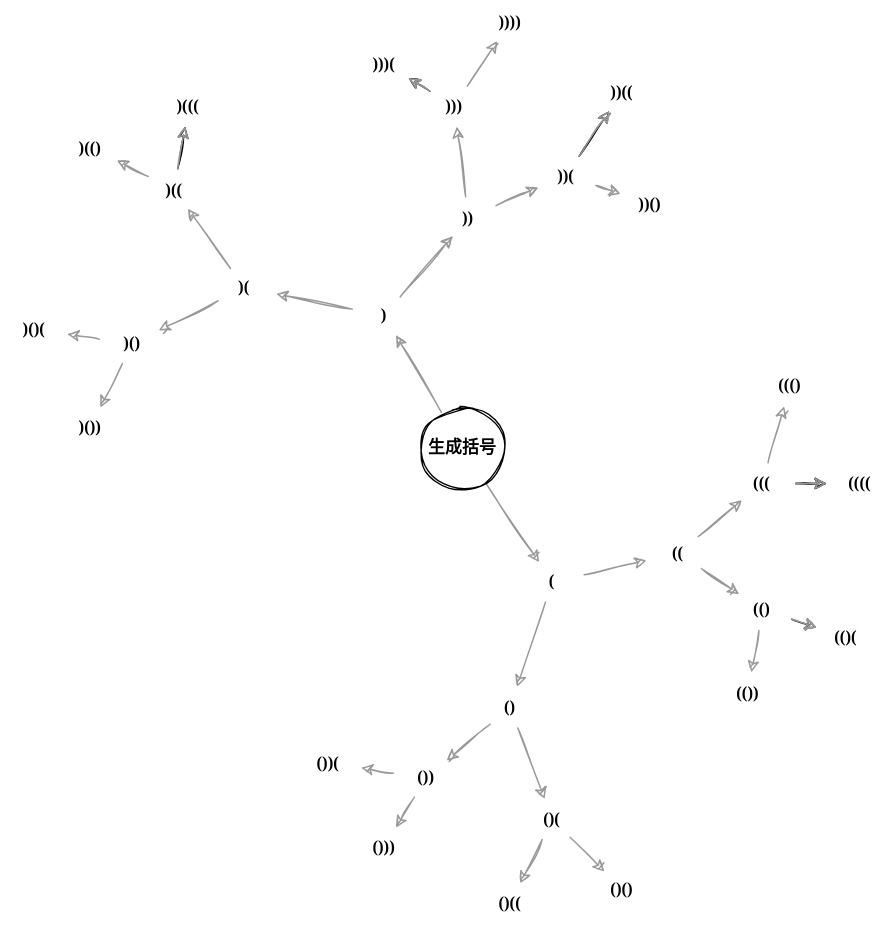
Above: Arithmetic/括号生成.drawio.svg in Jie6/draw.io_store_open (draw.io), before the change. Source tidied: cells renumbered, new cells last; positions are measured from the earlier drawing's top-left corner, leaving out a move shared by most shapes. The source it was exported from:
```xml
<mxGraphModel>
  <root>
    <mxCell id="0" />
    <mxCell id="1" parent="0" />
    <mxCell id="2" style="rounded=0;jettySize=auto;html=1;sketch=1;noEdgeStyle=1;fontFamily=Lucida Console;fontStyle=1;labelBackgroundColor=none;strokeColor=#999999;shadow=0;" parent="1" edge="1" source="4" target="7">
      <mxGeometry relative="1" as="geometry" />
    </mxCell>
    <mxCell id="3" style="rounded=0;jettySize=auto;html=1;sketch=1;noEdgeStyle=1;fontFamily=Lucida Console;fontStyle=1;labelBackgroundColor=none;strokeColor=#999999;shadow=0;" parent="1" edge="1" source="4" target="10">
      <mxGeometry relative="1" as="geometry" />
    </mxCell>
    <mxCell id="4" value="生成括号" style="ellipse;whiteSpace=wrap;html=1;sketch=1;fontFamily=Lucida Console;fontStyle=1;labelBackgroundColor=none;" parent="1" vertex="1">
      <mxGeometry x="300" y="290" width="60" height="60" as="geometry" />
    </mxCell>
    <mxCell id="5" style="rounded=0;jettySize=auto;html=1;sketch=1;noEdgeStyle=1;fontFamily=Lucida Console;fontStyle=1;labelBackgroundColor=none;strokeColor=#999999;shadow=0;" parent="1" edge="1" source="7" target="13">
      <mxGeometry relative="1" as="geometry" />
    </mxCell>
    <mxCell id="6" style="rounded=0;jettySize=auto;html=1;sketch=1;noEdgeStyle=1;fontFamily=Lucida Console;fontStyle=1;labelBackgroundColor=none;strokeColor=#999999;shadow=0;" parent="1" edge="1" source="7" target="16">
      <mxGeometry relative="1" as="geometry" />
    </mxCell>
    <mxCell id="7" value="(" style="ellipse;whiteSpace=wrap;html=1;fillColor=none;strokeColor=none;sketch=1;fontFamily=Lucida Console;fontStyle=1;labelBackgroundColor=none;" parent="1" vertex="1">
      <mxGeometry x="370" y="400" width="48" height="30" as="geometry" />
    </mxCell>
    <mxCell id="8" style="rounded=0;jettySize=auto;html=1;sketch=1;noEdgeStyle=1;fontFamily=Lucida Console;fontStyle=1;labelBackgroundColor=none;strokeColor=#999999;shadow=0;" parent="1" edge="1" source="10" target="19">
      <mxGeometry relative="1" as="geometry" />
    </mxCell>
    <mxCell id="9" style="rounded=0;jettySize=auto;html=1;sketch=1;noEdgeStyle=1;fontFamily=Lucida Console;fontStyle=1;labelBackgroundColor=none;strokeColor=#999999;shadow=0;" parent="1" edge="1" source="10" target="22">
      <mxGeometry relative="1" as="geometry" />
    </mxCell>
    <mxCell id="10" value=")" style="ellipse;whiteSpace=wrap;html=1;fillColor=none;strokeColor=none;sketch=1;fontFamily=Lucida Console;fontStyle=1;labelBackgroundColor=none;" parent="1" vertex="1">
      <mxGeometry x="250" y="210" width="48" height="30" as="geometry" />
    </mxCell>
    <mxCell id="11" style="edgeStyle=none;rounded=0;sketch=1;jettySize=auto;html=1;fontFamily=Lucida Console;fontSize=11;fontColor=default;noEdgeStyle=1;fontStyle=1;labelBackgroundColor=none;strokeColor=#999999;shadow=0;" parent="1" edge="1" source="13" target="27">
      <mxGeometry relative="1" as="geometry" />
    </mxCell>
    <mxCell id="12" style="edgeStyle=none;rounded=0;sketch=1;jettySize=auto;html=1;fontFamily=Lucida Console;fontSize=11;fontColor=default;noEdgeStyle=1;fontStyle=1;labelBackgroundColor=none;strokeColor=#999999;shadow=0;" parent="1" edge="1" source="13" target="31">
      <mxGeometry relative="1" as="geometry" />
    </mxCell>
    <mxCell id="13" value="((" style="ellipse;whiteSpace=wrap;html=1;fillColor=none;strokeColor=none;sketch=1;fontFamily=Lucida Console;fontStyle=1;labelBackgroundColor=none;" parent="1" vertex="1">
      <mxGeometry x="460" y="380" width="48" height="30" as="geometry" />
    </mxCell>
    <mxCell id="14" style="edgeStyle=none;rounded=0;sketch=1;jettySize=auto;html=1;fontFamily=Lucida Console;fontSize=11;fontColor=default;noEdgeStyle=1;fontStyle=1;labelBackgroundColor=none;strokeColor=#999999;shadow=0;" parent="1" edge="1" source="16" target="34">
      <mxGeometry relative="1" as="geometry" />
    </mxCell>
    <mxCell id="15" style="edgeStyle=none;rounded=0;sketch=1;jettySize=auto;html=1;fontFamily=Lucida Console;fontSize=11;fontColor=default;noEdgeStyle=1;fontStyle=1;labelBackgroundColor=none;strokeColor=#999999;shadow=0;" parent="1" edge="1" source="16" target="37">
      <mxGeometry relative="1" as="geometry" />
    </mxCell>
    <mxCell id="16" value="()" style="ellipse;whiteSpace=wrap;html=1;fillColor=none;strokeColor=none;sketch=1;fontFamily=Lucida Console;fontStyle=1;labelBackgroundColor=none;" parent="1" vertex="1">
      <mxGeometry x="340" y="490" width="48" height="30" as="geometry" />
    </mxCell>
    <mxCell id="17" style="edgeStyle=none;rounded=0;sketch=1;jettySize=auto;html=1;fontFamily=Lucida Console;fontSize=11;fontColor=default;noEdgeStyle=1;fontStyle=1;labelBackgroundColor=none;strokeColor=#999999;shadow=0;" parent="1" edge="1" source="19" target="41">
      <mxGeometry relative="1" as="geometry" />
    </mxCell>
    <mxCell id="18" style="edgeStyle=none;rounded=0;sketch=1;jettySize=auto;html=1;fontFamily=Lucida Console;fontSize=11;fontColor=default;noEdgeStyle=1;fontStyle=1;labelBackgroundColor=none;strokeColor=#999999;shadow=0;" parent="1" edge="1" source="19" target="44">
      <mxGeometry relative="1" as="geometry" />
    </mxCell>
    <mxCell id="19" value=")(" style="ellipse;whiteSpace=wrap;html=1;fillColor=none;strokeColor=none;sketch=1;fontFamily=Lucida Console;fontStyle=1;labelBackgroundColor=none;" parent="1" vertex="1">
      <mxGeometry x="150" y="190" width="48" height="30" as="geometry" />
    </mxCell>
    <mxCell id="20" style="edgeStyle=none;rounded=0;sketch=1;jettySize=auto;html=1;fontFamily=Lucida Console;fontSize=11;fontColor=default;noEdgeStyle=1;fontStyle=1;labelBackgroundColor=none;strokeColor=#999999;shadow=0;" parent="1" edge="1" source="22" target="48">
      <mxGeometry relative="1" as="geometry" />
    </mxCell>
    <mxCell id="21" style="edgeStyle=none;rounded=0;sketch=1;jettySize=auto;html=1;fontFamily=Lucida Console;fontSize=11;fontColor=default;noEdgeStyle=1;fontStyle=1;labelBackgroundColor=none;strokeColor=#999999;shadow=0;" parent="1" edge="1" source="22" target="52">
      <mxGeometry relative="1" as="geometry" />
    </mxCell>
    <mxCell id="22" value="))" style="ellipse;whiteSpace=wrap;html=1;fillColor=none;strokeColor=none;sketch=1;fontFamily=Lucida Console;fontStyle=1;labelBackgroundColor=none;" parent="1" vertex="1">
      <mxGeometry x="310" y="140" width="48" height="30" as="geometry" />
    </mxCell>
    <mxCell id="23" style="edgeStyle=none;rounded=0;sketch=1;jettySize=auto;html=1;fontFamily=Lucida Console;fontSize=12;fontColor=default;noEdgeStyle=1;fontStyle=1;labelBackgroundColor=none;" parent="1" edge="1" source="27" target="53">
      <mxGeometry relative="1" as="geometry" />
    </mxCell>
    <mxCell id="24" style="edgeStyle=none;rounded=0;sketch=1;jettySize=auto;html=1;fontFamily=Lucida Console;fontSize=12;fontColor=default;noEdgeStyle=1;fontStyle=1;labelBackgroundColor=none;" parent="1" edge="1" source="27" target="53">
      <mxGeometry relative="1" as="geometry" />
    </mxCell>
    <mxCell id="25" style="edgeStyle=none;rounded=0;sketch=1;jettySize=auto;html=1;fontFamily=Lucida Console;fontSize=11;fontColor=default;noEdgeStyle=1;fontStyle=1;labelBackgroundColor=none;strokeColor=#999999;shadow=0;" parent="1" edge="1" source="27" target="53">
      <mxGeometry relative="1" as="geometry" />
    </mxCell>
    <mxCell id="26" style="edgeStyle=none;rounded=0;sketch=1;jettySize=auto;html=1;fontFamily=Lucida Console;fontSize=11;fontColor=default;noEdgeStyle=1;fontStyle=1;labelBackgroundColor=none;strokeColor=#999999;shadow=0;" parent="1" edge="1" source="27" target="54">
      <mxGeometry relative="1" as="geometry" />
    </mxCell>
    <mxCell id="27" value="(((" style="ellipse;whiteSpace=wrap;html=1;fillColor=none;strokeColor=none;sketch=1;fontSize=12;fontFamily=Lucida Console;fontColor=default;fontStyle=1;labelBackgroundColor=none;" parent="1" vertex="1">
      <mxGeometry x="520" y="330" width="48" height="30" as="geometry" />
    </mxCell>
    <mxCell id="28" style="edgeStyle=none;rounded=0;sketch=1;jettySize=auto;html=1;fontFamily=Lucida Console;fontSize=12;fontColor=default;noEdgeStyle=1;fontStyle=1;labelBackgroundColor=none;" parent="1" edge="1" source="31" target="55">
      <mxGeometry relative="1" as="geometry" />
    </mxCell>
    <mxCell id="29" style="edgeStyle=none;rounded=0;sketch=1;jettySize=auto;html=1;fontFamily=Lucida Console;fontSize=11;fontColor=default;noEdgeStyle=1;fontStyle=1;labelBackgroundColor=none;strokeColor=#999999;shadow=0;" parent="1" edge="1" source="31" target="55">
      <mxGeometry relative="1" as="geometry" />
    </mxCell>
    <mxCell id="30" style="edgeStyle=none;rounded=0;sketch=1;jettySize=auto;html=1;fontFamily=Lucida Console;fontSize=11;fontColor=default;noEdgeStyle=1;fontStyle=1;labelBackgroundColor=none;strokeColor=#999999;shadow=0;" parent="1" edge="1" source="31" target="56">
      <mxGeometry relative="1" as="geometry" />
    </mxCell>
    <mxCell id="31" value="(()" style="ellipse;whiteSpace=wrap;html=1;fillColor=none;strokeColor=none;sketch=1;fontSize=12;fontFamily=Lucida Console;fontColor=default;fontStyle=1;labelBackgroundColor=none;" parent="1" vertex="1">
      <mxGeometry x="520" y="420" width="48" height="30" as="geometry" />
    </mxCell>
    <mxCell id="32" style="edgeStyle=none;rounded=0;sketch=1;jettySize=auto;html=1;fontFamily=Lucida Console;fontSize=11;fontColor=default;noEdgeStyle=1;fontStyle=1;labelBackgroundColor=none;strokeColor=#999999;shadow=0;" parent="1" edge="1" source="34" target="57">
      <mxGeometry relative="1" as="geometry" />
    </mxCell>
    <mxCell id="33" style="edgeStyle=none;rounded=0;sketch=1;jettySize=auto;html=1;fontFamily=Lucida Console;fontSize=11;fontColor=default;noEdgeStyle=1;fontStyle=1;labelBackgroundColor=none;strokeColor=#999999;shadow=0;" parent="1" edge="1" source="34" target="58">
      <mxGeometry relative="1" as="geometry" />
    </mxCell>
    <mxCell id="34" value="()(" style="ellipse;whiteSpace=wrap;html=1;fillColor=none;strokeColor=none;sketch=1;fontFamily=Lucida Console;fontSize=12;fontColor=default;fontStyle=1;labelBackgroundColor=none;" parent="1" vertex="1">
      <mxGeometry x="370" y="570" width="48" height="30" as="geometry" />
    </mxCell>
    <mxCell id="35" style="edgeStyle=none;rounded=0;sketch=1;jettySize=auto;html=1;fontFamily=Lucida Console;fontSize=11;fontColor=default;noEdgeStyle=1;fontStyle=1;labelBackgroundColor=none;strokeColor=#999999;shadow=0;" parent="1" edge="1" source="37" target="59">
      <mxGeometry relative="1" as="geometry" />
    </mxCell>
    <mxCell id="36" style="edgeStyle=none;rounded=0;sketch=1;jettySize=auto;html=1;fontFamily=Lucida Console;fontSize=11;fontColor=default;noEdgeStyle=1;fontStyle=1;labelBackgroundColor=none;strokeColor=#999999;shadow=0;" parent="1" edge="1" source="37" target="60">
      <mxGeometry relative="1" as="geometry" />
    </mxCell>
    <mxCell id="37" value="())" style="ellipse;whiteSpace=wrap;html=1;fillColor=none;strokeColor=none;sketch=1;fontSize=12;fontFamily=Lucida Console;fontColor=default;fontStyle=1;labelBackgroundColor=none;" parent="1" vertex="1">
      <mxGeometry x="280" y="540" width="48" height="30" as="geometry" />
    </mxCell>
    <mxCell id="38" style="edgeStyle=none;rounded=0;sketch=1;jettySize=auto;html=1;fontFamily=Lucida Console;fontSize=12;fontColor=default;noEdgeStyle=1;fontStyle=1;labelBackgroundColor=none;" parent="1" edge="1" source="41" target="61">
      <mxGeometry relative="1" as="geometry" />
    </mxCell>
    <mxCell id="39" style="edgeStyle=none;rounded=0;sketch=1;jettySize=auto;html=1;fontFamily=Lucida Console;fontSize=11;fontColor=default;noEdgeStyle=1;fontStyle=1;labelBackgroundColor=none;strokeColor=#999999;shadow=0;" parent="1" edge="1" source="41" target="61">
      <mxGeometry relative="1" as="geometry" />
    </mxCell>
    <mxCell id="40" style="edgeStyle=none;rounded=0;sketch=1;jettySize=auto;html=1;fontFamily=Lucida Console;fontSize=11;fontColor=default;noEdgeStyle=1;fontStyle=1;labelBackgroundColor=none;strokeColor=#999999;shadow=0;" parent="1" edge="1" source="41" target="62">
      <mxGeometry relative="1" as="geometry" />
    </mxCell>
    <mxCell id="41" value=")((" style="ellipse;whiteSpace=wrap;html=1;fillColor=none;strokeColor=none;sketch=1;fontSize=12;fontFamily=Lucida Console;fontColor=default;fontStyle=1;labelBackgroundColor=none;" parent="1" vertex="1">
      <mxGeometry x="100" y="120" width="48" height="30" as="geometry" />
    </mxCell>
    <mxCell id="42" style="edgeStyle=none;rounded=0;sketch=1;jettySize=auto;html=1;fontFamily=Lucida Console;fontSize=11;fontColor=default;noEdgeStyle=1;fontStyle=1;labelBackgroundColor=none;strokeColor=#999999;shadow=0;" parent="1" edge="1" source="44" target="63">
      <mxGeometry relative="1" as="geometry" />
    </mxCell>
    <mxCell id="43" style="edgeStyle=none;rounded=0;sketch=1;jettySize=auto;html=1;fontFamily=Lucida Console;fontSize=11;fontColor=default;noEdgeStyle=1;fontStyle=1;labelBackgroundColor=none;strokeColor=#999999;shadow=0;" parent="1" edge="1" source="44" target="64">
      <mxGeometry relative="1" as="geometry" />
    </mxCell>
    <mxCell id="44" value=")()" style="ellipse;whiteSpace=wrap;html=1;fillColor=none;strokeColor=none;sketch=1;fontFamily=Lucida Console;fontStyle=1;labelBackgroundColor=none;" parent="1" vertex="1">
      <mxGeometry x="70" y="230" width="48" height="30" as="geometry" />
    </mxCell>
    <mxCell id="45" style="edgeStyle=none;rounded=0;sketch=1;jettySize=auto;html=1;fontFamily=Lucida Console;fontSize=12;fontColor=default;noEdgeStyle=1;fontStyle=1;labelBackgroundColor=none;" parent="1" edge="1" source="48" target="65">
      <mxGeometry relative="1" as="geometry" />
    </mxCell>
    <mxCell id="46" style="edgeStyle=none;rounded=0;sketch=1;jettySize=auto;html=1;fontFamily=Lucida Console;fontSize=11;fontColor=default;noEdgeStyle=1;fontStyle=1;labelBackgroundColor=none;strokeColor=#999999;shadow=0;" parent="1" edge="1" source="48" target="65">
      <mxGeometry relative="1" as="geometry" />
    </mxCell>
    <mxCell id="47" style="edgeStyle=none;rounded=0;sketch=1;jettySize=auto;html=1;fontFamily=Lucida Console;fontSize=11;fontColor=default;noEdgeStyle=1;fontStyle=1;labelBackgroundColor=none;strokeColor=#999999;shadow=0;" parent="1" edge="1" source="48" target="66">
      <mxGeometry relative="1" as="geometry" />
    </mxCell>
    <mxCell id="48" value="))(" style="ellipse;whiteSpace=wrap;html=1;fillColor=none;strokeColor=none;sketch=1;fontFamily=Lucida Console;fontStyle=1;labelBackgroundColor=none;" parent="1" vertex="1">
      <mxGeometry x="380" y="110" width="48" height="30" as="geometry" />
    </mxCell>
    <mxCell id="49" style="edgeStyle=none;rounded=0;sketch=1;jettySize=auto;html=1;fontFamily=Lucida Console;fontSize=12;fontColor=default;noEdgeStyle=1;fontStyle=1;labelBackgroundColor=none;" parent="1" edge="1" source="52" target="67">
      <mxGeometry relative="1" as="geometry" />
    </mxCell>
    <mxCell id="50" style="edgeStyle=none;rounded=0;sketch=1;jettySize=auto;html=1;fontFamily=Lucida Console;fontSize=11;fontColor=default;noEdgeStyle=1;fontStyle=1;labelBackgroundColor=none;strokeColor=#999999;shadow=0;" parent="1" edge="1" source="52" target="67">
      <mxGeometry relative="1" as="geometry" />
    </mxCell>
    <mxCell id="51" style="edgeStyle=none;rounded=0;sketch=1;jettySize=auto;html=1;fontFamily=Lucida Console;fontSize=11;fontColor=default;noEdgeStyle=1;fontStyle=1;labelBackgroundColor=none;strokeColor=#999999;shadow=0;" parent="1" edge="1" source="52" target="68">
      <mxGeometry relative="1" as="geometry" />
    </mxCell>
    <mxCell id="52" value=")))" style="ellipse;whiteSpace=wrap;html=1;fillColor=none;strokeColor=none;sketch=1;fontFamily=Lucida Console;fontStyle=1;labelBackgroundColor=none;" parent="1" vertex="1">
      <mxGeometry x="300" y="60" width="48" height="30" as="geometry" />
    </mxCell>
    <mxCell id="53" value="((((" style="ellipse;whiteSpace=wrap;html=1;fillColor=none;strokeColor=none;sketch=1;fontSize=12;fontFamily=Lucida Console;fontColor=default;fontStyle=1;labelBackgroundColor=none;" parent="1" vertex="1">
      <mxGeometry x="590" y="330" width="48" height="30" as="geometry" />
    </mxCell>
    <mxCell id="54" value="((()" style="ellipse;whiteSpace=wrap;html=1;fillColor=none;strokeColor=none;sketch=1;fontSize=12;fontFamily=Lucida Console;fontColor=default;fontStyle=1;labelBackgroundColor=none;" parent="1" vertex="1">
      <mxGeometry x="540" y="260" width="48" height="30" as="geometry" />
    </mxCell>
    <mxCell id="55" value="(()(" style="ellipse;whiteSpace=wrap;html=1;fillColor=none;strokeColor=none;sketch=1;fontSize=12;fontFamily=Lucida Console;fontColor=default;fontStyle=1;labelBackgroundColor=none;" parent="1" vertex="1">
      <mxGeometry x="580" y="440" width="48" height="30" as="geometry" />
    </mxCell>
    <mxCell id="56" value="(())" style="ellipse;whiteSpace=wrap;html=1;fillColor=none;strokeColor=none;sketch=1;fontSize=12;fontFamily=Lucida Console;fontColor=default;fontStyle=1;labelBackgroundColor=none;" parent="1" vertex="1">
      <mxGeometry x="510" y="480" width="48" height="30" as="geometry" />
    </mxCell>
    <mxCell id="57" value="()((" style="ellipse;whiteSpace=wrap;html=1;fillColor=none;strokeColor=none;sketch=1;fontFamily=Lucida Console;fontSize=12;fontColor=default;fontStyle=1;labelBackgroundColor=none;" parent="1" vertex="1">
      <mxGeometry x="340" y="630" width="48" height="30" as="geometry" />
    </mxCell>
    <mxCell id="58" value="()()" style="ellipse;whiteSpace=wrap;html=1;fillColor=none;strokeColor=none;sketch=1;fontFamily=Lucida Console;fontSize=12;fontColor=default;fontStyle=1;labelBackgroundColor=none;" parent="1" vertex="1">
      <mxGeometry x="420" y="620" width="48" height="30" as="geometry" />
    </mxCell>
    <mxCell id="59" value="())(" style="ellipse;whiteSpace=wrap;html=1;fillColor=none;strokeColor=none;sketch=1;fontSize=12;fontFamily=Lucida Console;fontColor=default;fontStyle=1;labelBackgroundColor=none;" parent="1" vertex="1">
      <mxGeometry x="210" y="530" width="48" height="30" as="geometry" />
    </mxCell>
    <mxCell id="60" value="()))" style="ellipse;whiteSpace=wrap;html=1;fillColor=none;strokeColor=none;sketch=1;fontSize=12;fontFamily=Lucida Console;fontColor=default;fontStyle=1;labelBackgroundColor=none;" parent="1" vertex="1">
      <mxGeometry x="250" y="590" width="48" height="30" as="geometry" />
    </mxCell>
    <mxCell id="61" value=")(((" style="ellipse;whiteSpace=wrap;html=1;fillColor=none;strokeColor=none;sketch=1;fontSize=12;fontFamily=Lucida Console;fontColor=default;fontStyle=1;labelBackgroundColor=none;" parent="1" vertex="1">
      <mxGeometry x="110" y="60" width="48" height="30" as="geometry" />
    </mxCell>
    <mxCell id="62" value=")(()" style="ellipse;whiteSpace=wrap;html=1;fillColor=none;strokeColor=none;sketch=1;fontSize=12;fontFamily=Lucida Console;fontColor=default;fontStyle=1;labelBackgroundColor=none;" parent="1" vertex="1">
      <mxGeometry x="40" y="90" width="48" height="30" as="geometry" />
    </mxCell>
    <mxCell id="63" value=")()(" style="ellipse;whiteSpace=wrap;html=1;fillColor=none;strokeColor=none;sketch=1;fontSize=12;fontFamily=Lucida Console;fontColor=default;fontStyle=1;labelBackgroundColor=none;" parent="1" vertex="1">
      <mxGeometry y="220" width="48" height="30" as="geometry" />
    </mxCell>
    <mxCell id="64" value=")())" style="ellipse;whiteSpace=wrap;html=1;fillColor=none;strokeColor=none;sketch=1;fontSize=12;fontFamily=Lucida Console;fontColor=default;fontStyle=1;labelBackgroundColor=none;" parent="1" vertex="1">
      <mxGeometry x="40" y="290" width="48" height="30" as="geometry" />
    </mxCell>
    <mxCell id="65" value="))((" style="ellipse;whiteSpace=wrap;html=1;fillColor=none;strokeColor=none;sketch=1;fontSize=12;fontFamily=Lucida Console;fontColor=default;fontStyle=1;labelBackgroundColor=none;" parent="1" vertex="1">
      <mxGeometry x="420" y="50" width="48" height="30" as="geometry" />
    </mxCell>
    <mxCell id="66" value="))()" style="ellipse;whiteSpace=wrap;html=1;fillColor=none;strokeColor=none;sketch=1;fontSize=12;fontFamily=Lucida Console;fontColor=default;fontStyle=1;labelBackgroundColor=none;" parent="1" vertex="1">
      <mxGeometry x="440" y="130" width="48" height="30" as="geometry" />
    </mxCell>
    <mxCell id="67" value=")))(" style="ellipse;whiteSpace=wrap;html=1;fillColor=none;strokeColor=none;sketch=1;fontSize=12;fontFamily=Lucida Console;fontColor=default;fontStyle=1;labelBackgroundColor=none;" parent="1" vertex="1">
      <mxGeometry x="250" y="30" width="48" height="30" as="geometry" />
    </mxCell>
    <mxCell id="68" value="))))" style="ellipse;whiteSpace=wrap;html=1;fillColor=none;strokeColor=none;sketch=1;fontSize=12;fontFamily=Lucida Console;fontColor=default;fontStyle=1;labelBackgroundColor=none;" parent="1" vertex="1">
      <mxGeometry x="340" width="48" height="30" as="geometry" />
    </mxCell>
  </root>
</mxGraphModel>
```
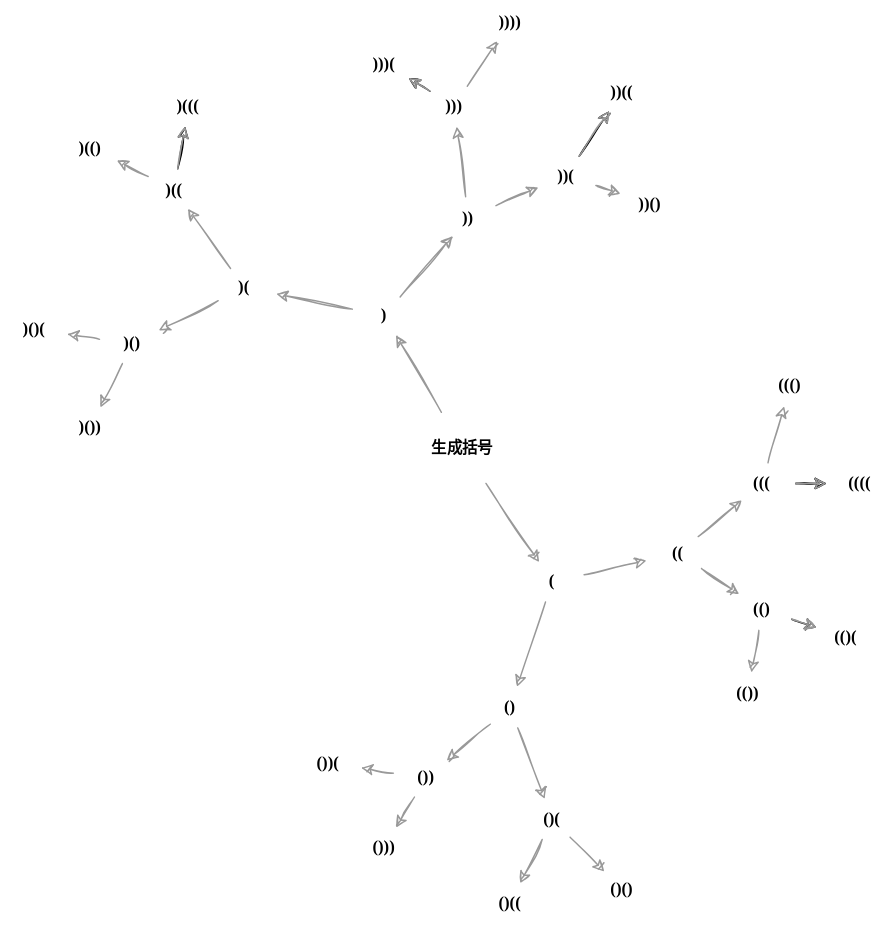
The same diagram one commit later.

What changed in the source:
```diff
@@ -8,7 +8,7 @@
     <mxCell id="3" style="rounded=0;jettySize=auto;html=1;sketch=1;noEdgeStyle=1;fontFamily=Lucida Console;fontStyle=1;labelBackgroundColor=none;strokeColor=#999999;shadow=0;" parent="1" edge="1" source="4" target="10">
       <mxGeometry relative="1" as="geometry" />
     </mxCell>
-    <mxCell id="4" value="生成括号" style="ellipse;whiteSpace=wrap;html=1;sketch=1;fontFamily=Lucida Console;fontStyle=1;labelBackgroundColor=none;" parent="1" vertex="1">
+    <mxCell id="4" value="生成括号" style="ellipse;whiteSpace=wrap;html=1;sketch=1;fontFamily=Lucida Console;fontStyle=1;labelBackgroundColor=none;endArrow=classic;fontSize=11;rounded=0;strokeColor=none;shadow=0;fillColor=none;" parent="1" vertex="1">
       <mxGeometry x="300" y="290" width="60" height="60" as="geometry" />
     </mxCell>
     <mxCell id="5" style="rounded=0;jettySize=auto;html=1;sketch=1;noEdgeStyle=1;fontFamily=Lucida Console;fontStyle=1;labelBackgroundColor=none;strokeColor=#999999;shadow=0;" parent="1" edge="1" source="7" target="13">
```
